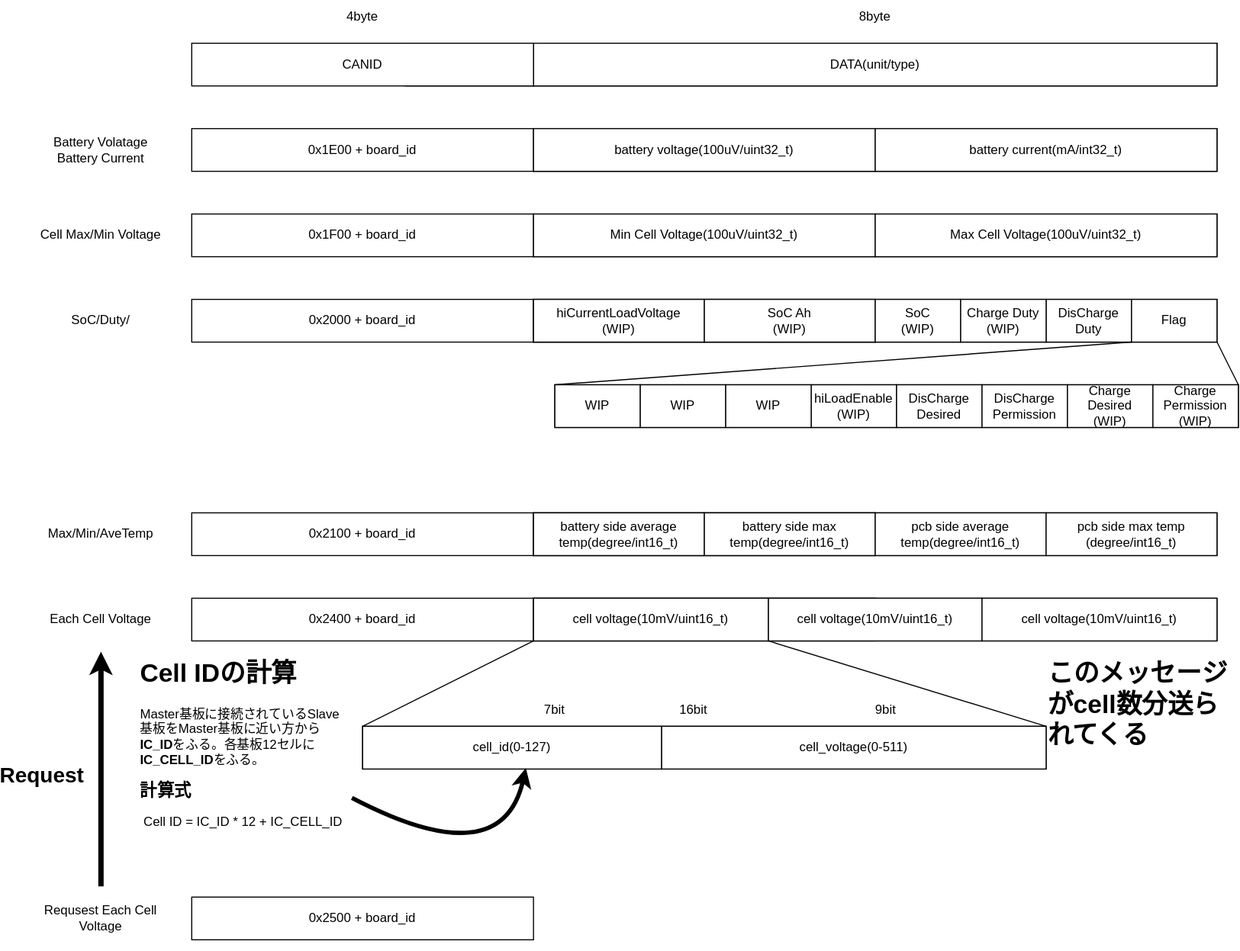
The draw.io diagram canprotocol_preview.svg in tetra-aero/bms_ltc6811_driver, before a commit. Source tidied: cells renumbered, new cells last; positions are measured from the earlier drawing's top-left corner, leaving out a move shared by most shapes. Source of this version:
```xml
<mxGraphModel>
  <root>
    <mxCell id="0" />
    <mxCell id="1" parent="0" />
    <mxCell id="2" value="DATA" style="rounded=0;whiteSpace=wrap;html=1;" parent="1" vertex="1">
      <mxGeometry x="490" y="40" width="640" height="40" as="geometry" />
    </mxCell>
    <mxCell id="3" value="CANID" style="rounded=0;whiteSpace=wrap;html=1;" parent="1" vertex="1">
      <mxGeometry x="370" y="40" width="120" height="40" as="geometry" />
    </mxCell>
    <mxCell id="4" value="DATA(unit/type)" style="rounded=0;whiteSpace=wrap;html=1;" parent="1" vertex="1">
      <mxGeometry x="490" y="40" width="640" height="40" as="geometry" />
    </mxCell>
    <mxCell id="5" value="CANID" style="rounded=0;whiteSpace=wrap;html=1;" parent="1" vertex="1">
      <mxGeometry x="170" y="40" width="320" height="40" as="geometry" />
    </mxCell>
    <mxCell id="6" style="rounded=0;whiteSpace=wrap;html=1;" parent="1" vertex="1">
      <mxGeometry x="490" y="120" width="640" height="40" as="geometry" />
    </mxCell>
    <mxCell id="7" value="0x1E00 + board_id" style="rounded=0;whiteSpace=wrap;html=1;" parent="1" vertex="1">
      <mxGeometry x="170" y="120" width="320" height="40" as="geometry" />
    </mxCell>
    <mxCell id="8" value="8&lt;span style=&quot;background-color: initial;&quot;&gt;byte&lt;/span&gt;" style="text;html=1;align=center;verticalAlign=middle;whiteSpace=wrap;rounded=0;" parent="1" vertex="1">
      <mxGeometry x="780" width="60" height="30" as="geometry" />
    </mxCell>
    <mxCell id="9" value="&lt;span style=&quot;background-color: initial;&quot;&gt;4byte&lt;/span&gt;" style="text;html=1;align=center;verticalAlign=middle;whiteSpace=wrap;rounded=0;" parent="1" vertex="1">
      <mxGeometry x="300" width="60" height="30" as="geometry" />
    </mxCell>
    <mxCell id="10" value="Battery Volatage&lt;div&gt;Battery Current&lt;/div&gt;" style="text;html=1;align=center;verticalAlign=middle;whiteSpace=wrap;rounded=0;" parent="1" vertex="1">
      <mxGeometry x="20" y="110" width="130" height="60" as="geometry" />
    </mxCell>
    <mxCell id="11" value="battery voltage(100uV/uint32_t)" style="rounded=0;whiteSpace=wrap;html=1;" parent="1" vertex="1">
      <mxGeometry x="490" y="120" width="320" height="40" as="geometry" />
    </mxCell>
    <mxCell id="12" value="battery current(mA/int32_t)" style="rounded=0;whiteSpace=wrap;html=1;" parent="1" vertex="1">
      <mxGeometry x="810" y="120" width="320" height="40" as="geometry" />
    </mxCell>
    <mxCell id="13" style="rounded=0;whiteSpace=wrap;html=1;" parent="1" vertex="1">
      <mxGeometry x="490" y="200" width="640" height="40" as="geometry" />
    </mxCell>
    <mxCell id="14" value="0x1F00 + board_id" style="rounded=0;whiteSpace=wrap;html=1;" parent="1" vertex="1">
      <mxGeometry x="170" y="200" width="320" height="40" as="geometry" />
    </mxCell>
    <mxCell id="15" value="Cell Max/Min Voltage" style="text;html=1;align=center;verticalAlign=middle;whiteSpace=wrap;rounded=0;" parent="1" vertex="1">
      <mxGeometry x="20" y="190" width="130" height="60" as="geometry" />
    </mxCell>
    <mxCell id="16" value="Min Cell Voltage(100uV/uint32_t)" style="rounded=0;whiteSpace=wrap;html=1;" parent="1" vertex="1">
      <mxGeometry x="490" y="200" width="320" height="40" as="geometry" />
    </mxCell>
    <mxCell id="17" value="Max Cell Voltage(100uV/uint32_t)" style="rounded=0;whiteSpace=wrap;html=1;" parent="1" vertex="1">
      <mxGeometry x="810" y="200" width="320" height="40" as="geometry" />
    </mxCell>
    <mxCell id="18" style="rounded=0;whiteSpace=wrap;html=1;" parent="1" vertex="1">
      <mxGeometry x="490" y="480" width="640" height="40" as="geometry" />
    </mxCell>
    <mxCell id="19" value="0x2100 + board_id" style="rounded=0;whiteSpace=wrap;html=1;" parent="1" vertex="1">
      <mxGeometry x="170" y="480" width="320" height="40" as="geometry" />
    </mxCell>
    <mxCell id="20" value="Max/Min/AveTemp" style="text;html=1;align=center;verticalAlign=middle;whiteSpace=wrap;rounded=0;" parent="1" vertex="1">
      <mxGeometry x="20" y="470" width="130" height="60" as="geometry" />
    </mxCell>
    <mxCell id="21" style="rounded=0;whiteSpace=wrap;html=1;" parent="1" vertex="1">
      <mxGeometry x="490" y="480" width="320" height="40" as="geometry" />
    </mxCell>
    <mxCell id="22" value="battery side average temp(degree/int16_t)" style="rounded=0;whiteSpace=wrap;html=1;" parent="1" vertex="1">
      <mxGeometry x="490" y="480" width="160" height="40" as="geometry" />
    </mxCell>
    <mxCell id="23" value="battery side max temp(degree/int16_t)" style="rounded=0;whiteSpace=wrap;html=1;" parent="1" vertex="1">
      <mxGeometry x="650" y="480" width="160" height="40" as="geometry" />
    </mxCell>
    <mxCell id="24" value="pcb side average temp(degree/int16_t)" style="rounded=0;whiteSpace=wrap;html=1;" parent="1" vertex="1">
      <mxGeometry x="810" y="480" width="160" height="40" as="geometry" />
    </mxCell>
    <mxCell id="25" value="pcb side max temp&lt;br&gt;(degree/int16_t)" style="rounded=0;whiteSpace=wrap;html=1;" parent="1" vertex="1">
      <mxGeometry x="970" y="480" width="160" height="40" as="geometry" />
    </mxCell>
    <mxCell id="26" style="rounded=0;whiteSpace=wrap;html=1;" parent="1" vertex="1">
      <mxGeometry x="490" y="280" width="640" height="40" as="geometry" />
    </mxCell>
    <mxCell id="27" value="0x2000 + board_id" style="rounded=0;whiteSpace=wrap;html=1;" parent="1" vertex="1">
      <mxGeometry x="170" y="280" width="320" height="40" as="geometry" />
    </mxCell>
    <mxCell id="28" value="SoC/Duty/" style="text;html=1;align=center;verticalAlign=middle;whiteSpace=wrap;rounded=0;" parent="1" vertex="1">
      <mxGeometry x="20" y="270" width="130" height="60" as="geometry" />
    </mxCell>
    <mxCell id="29" style="rounded=0;whiteSpace=wrap;html=1;" parent="1" vertex="1">
      <mxGeometry x="490" y="280" width="320" height="40" as="geometry" />
    </mxCell>
    <mxCell id="30" value="hiCurrentLoadVoltage&lt;div&gt;(WIP)&lt;/div&gt;" style="rounded=0;whiteSpace=wrap;html=1;" parent="1" vertex="1">
      <mxGeometry x="490" y="280" width="160" height="40" as="geometry" />
    </mxCell>
    <mxCell id="31" value="SoC Ah&lt;div&gt;(WIP)&lt;/div&gt;" style="rounded=0;whiteSpace=wrap;html=1;" parent="1" vertex="1">
      <mxGeometry x="650" y="280" width="160" height="40" as="geometry" />
    </mxCell>
    <mxCell id="32" value="SoC&lt;div&gt;(WIP)&lt;/div&gt;" style="rounded=0;whiteSpace=wrap;html=1;" parent="1" vertex="1">
      <mxGeometry x="810" y="280" width="80" height="40" as="geometry" />
    </mxCell>
    <mxCell id="33" value="DisCharge Duty" style="rounded=0;whiteSpace=wrap;html=1;" parent="1" vertex="1">
      <mxGeometry x="970" y="280" width="80" height="40" as="geometry" />
    </mxCell>
    <mxCell id="34" value="Charge Duty&lt;div&gt;(WIP)&lt;/div&gt;" style="rounded=0;whiteSpace=wrap;html=1;" parent="1" vertex="1">
      <mxGeometry x="890" y="280" width="80" height="40" as="geometry" />
    </mxCell>
    <mxCell id="35" value="Flag" style="rounded=0;whiteSpace=wrap;html=1;" parent="1" vertex="1">
      <mxGeometry x="1050" y="280" width="80" height="40" as="geometry" />
    </mxCell>
    <mxCell id="36" style="endArrow=none;html=1;rounded=0;entryX=1;entryY=1;entryDx=0;entryDy=0;exitX=0;exitY=0;exitDx=0;exitDy=0;" parent="1" edge="1" source="38" target="33">
      <mxGeometry relative="1" as="geometry" />
    </mxCell>
    <mxCell id="37" style="endArrow=none;html=1;rounded=0;entryX=1;entryY=1;entryDx=0;entryDy=0;exitX=1;exitY=0;exitDx=0;exitDy=0;" parent="1" edge="1" source="38" target="35">
      <mxGeometry relative="1" as="geometry" />
    </mxCell>
    <mxCell id="38" style="rounded=0;whiteSpace=wrap;html=1;" parent="1" vertex="1">
      <mxGeometry x="510" y="360" width="640" height="40" as="geometry" />
    </mxCell>
    <mxCell id="39" value="WIP" style="rounded=0;whiteSpace=wrap;html=1;" parent="1" vertex="1">
      <mxGeometry x="510" y="360" width="80" height="40" as="geometry" />
    </mxCell>
    <mxCell id="40" value="hiLoadEnable&lt;div&gt;(WIP)&lt;/div&gt;" style="rounded=0;whiteSpace=wrap;html=1;" parent="1" vertex="1">
      <mxGeometry x="750" y="360" width="80" height="40" as="geometry" />
    </mxCell>
    <mxCell id="41" value="WIP" style="rounded=0;whiteSpace=wrap;html=1;" parent="1" vertex="1">
      <mxGeometry x="590" y="360" width="80" height="40" as="geometry" />
    </mxCell>
    <mxCell id="42" value="WIP" style="rounded=0;whiteSpace=wrap;html=1;" parent="1" vertex="1">
      <mxGeometry x="670" y="360" width="80" height="40" as="geometry" />
    </mxCell>
    <mxCell id="43" value="DisCharge&lt;div&gt;Desired&lt;/div&gt;" style="rounded=0;whiteSpace=wrap;html=1;" parent="1" vertex="1">
      <mxGeometry x="830" y="360" width="80" height="40" as="geometry" />
    </mxCell>
    <mxCell id="44" value="DisCharge&lt;div&gt;Permission&lt;/div&gt;" style="rounded=0;whiteSpace=wrap;html=1;" parent="1" vertex="1">
      <mxGeometry x="910" y="360" width="80" height="40" as="geometry" />
    </mxCell>
    <mxCell id="45" value="Charge&lt;div&gt;Desired&lt;/div&gt;&lt;div&gt;(WIP)&lt;/div&gt;" style="rounded=0;whiteSpace=wrap;html=1;" parent="1" vertex="1">
      <mxGeometry x="990" y="360" width="80" height="40" as="geometry" />
    </mxCell>
    <mxCell id="46" value="Charge Permission&lt;div&gt;(WIP)&lt;/div&gt;" style="rounded=0;whiteSpace=wrap;html=1;" parent="1" vertex="1">
      <mxGeometry x="1070" y="360" width="80" height="40" as="geometry" />
    </mxCell>
    <mxCell id="47" style="rounded=0;whiteSpace=wrap;html=1;" parent="1" vertex="1">
      <mxGeometry x="490" y="560" width="640" height="40" as="geometry" />
    </mxCell>
    <mxCell id="48" value="0x2400 + board_id" style="rounded=0;whiteSpace=wrap;html=1;" parent="1" vertex="1">
      <mxGeometry x="170" y="560" width="320" height="40" as="geometry" />
    </mxCell>
    <mxCell id="49" value="Each Cell Voltage" style="text;html=1;align=center;verticalAlign=middle;whiteSpace=wrap;rounded=0;" parent="1" vertex="1">
      <mxGeometry x="20" y="550" width="130" height="60" as="geometry" />
    </mxCell>
    <mxCell id="50" style="rounded=0;whiteSpace=wrap;html=1;" parent="1" vertex="1">
      <mxGeometry x="490" y="560" width="320" height="40" as="geometry" />
    </mxCell>
    <mxCell id="51" value="cell voltage(10mV/uint16_t)" style="rounded=0;whiteSpace=wrap;html=1;" parent="1" vertex="1">
      <mxGeometry x="490" y="560" width="220" height="40" as="geometry" />
    </mxCell>
    <mxCell id="52" value="cell voltage(10mV/uint16_t)" style="rounded=0;whiteSpace=wrap;html=1;" parent="1" vertex="1">
      <mxGeometry x="710" y="560" width="200" height="40" as="geometry" />
    </mxCell>
    <mxCell id="53" value="cell voltage(10mV/uint16_t)" style="rounded=0;whiteSpace=wrap;html=1;" parent="1" vertex="1">
      <mxGeometry x="910" y="560" width="220" height="40" as="geometry" />
    </mxCell>
    <mxCell id="54" style="endArrow=none;html=1;rounded=0;entryX=0;entryY=1;entryDx=0;entryDy=0;" parent="1" edge="1" target="52">
      <mxGeometry relative="1" as="geometry">
        <mxPoint x="970" y="680" as="sourcePoint" />
      </mxGeometry>
    </mxCell>
    <mxCell id="55" style="endArrow=none;html=1;rounded=0;entryX=0;entryY=1;entryDx=0;entryDy=0;" parent="1" edge="1" target="51">
      <mxGeometry relative="1" as="geometry">
        <mxPoint x="330" y="680" as="sourcePoint" />
      </mxGeometry>
    </mxCell>
    <mxCell id="56" style="rounded=0;whiteSpace=wrap;html=1;" parent="1" vertex="1">
      <mxGeometry x="330" y="680" width="640" height="40" as="geometry" />
    </mxCell>
    <mxCell id="57" value="16bit" style="text;html=1;align=center;verticalAlign=middle;whiteSpace=wrap;rounded=0;" parent="1" vertex="1">
      <mxGeometry x="610" y="650" width="60" height="30" as="geometry" />
    </mxCell>
    <mxCell id="58" value="cell_id(0-127)" style="rounded=0;whiteSpace=wrap;html=1;" parent="1" vertex="1">
      <mxGeometry x="330" y="680" width="280" height="40" as="geometry" />
    </mxCell>
    <mxCell id="59" value="7bit" style="text;html=1;align=center;verticalAlign=middle;whiteSpace=wrap;rounded=0;" parent="1" vertex="1">
      <mxGeometry x="480" y="650" width="60" height="30" as="geometry" />
    </mxCell>
    <mxCell id="60" value="9bit" style="text;html=1;align=center;verticalAlign=middle;whiteSpace=wrap;rounded=0;" parent="1" vertex="1">
      <mxGeometry x="790" y="650" width="60" height="30" as="geometry" />
    </mxCell>
    <mxCell id="61" value="cell_voltage(0-511)" style="rounded=0;whiteSpace=wrap;html=1;" parent="1" vertex="1">
      <mxGeometry x="610" y="680" width="360" height="40" as="geometry" />
    </mxCell>
    <mxCell id="62" value="&lt;h1 style=&quot;margin-top: 0px;&quot;&gt;Cell IDの計算&lt;/h1&gt;&lt;p&gt;Master基板に接続されているSlave基板をMaster基板に近い方から&lt;b&gt;IC_ID&lt;/b&gt;をふる。各基板12セルに&lt;b&gt;IC_CELL_ID&lt;/b&gt;をふる。&lt;/p&gt;&lt;p&gt;&lt;b&gt;&lt;font style=&quot;font-size: 16px;&quot;&gt;計算式&lt;/font&gt;&lt;/b&gt;&lt;/p&gt;&lt;p&gt;&amp;nbsp;Cell ID = IC_ID * 12 + IC_CELL_ID&lt;/p&gt;" style="text;html=1;whiteSpace=wrap;overflow=hidden;rounded=0;" parent="1" vertex="1">
      <mxGeometry x="120" y="610" width="200" height="170" as="geometry" />
    </mxCell>
    <mxCell id="63" style="curved=1;endArrow=classic;html=1;rounded=0;entryX=0.546;entryY=0.975;entryDx=0;entryDy=0;entryPerimeter=0;strokeWidth=4;" parent="1" edge="1" source="62" target="58">
      <mxGeometry relative="1" as="geometry">
        <Array as="points">
          <mxPoint x="460" y="820" />
        </Array>
      </mxGeometry>
    </mxCell>
    <mxCell id="64" value="Requsest Each Cell Voltage" style="text;html=1;align=center;verticalAlign=middle;whiteSpace=wrap;rounded=0;" parent="1" vertex="1">
      <mxGeometry x="20" y="830" width="130" height="60" as="geometry" />
    </mxCell>
    <mxCell id="65" value="0x2500 + board_id" style="rounded=0;whiteSpace=wrap;html=1;" parent="1" vertex="1">
      <mxGeometry x="170" y="840" width="320" height="40" as="geometry" />
    </mxCell>
    <mxCell id="66" value="&lt;h1 style=&quot;margin-top: 0px;&quot;&gt;このメッセージがcell数分送られてくる&lt;/h1&gt;" style="text;html=1;whiteSpace=wrap;overflow=hidden;rounded=0;" parent="1" vertex="1">
      <mxGeometry x="970" y="610" width="170" height="190" as="geometry" />
    </mxCell>
    <mxCell id="67" style="endArrow=classic;html=1;rounded=0;exitX=0.5;exitY=0;exitDx=0;exitDy=0;entryX=0.5;entryY=1;entryDx=0;entryDy=0;strokeWidth=5;" parent="1" edge="1" source="64" target="49">
      <mxGeometry relative="1" as="geometry" />
    </mxCell>
    <mxCell id="68" value="&lt;font style=&quot;font-size: 20px;&quot;&gt;&lt;b&gt;Request&lt;/b&gt;&lt;/font&gt;" style="text;html=1;align=center;verticalAlign=middle;whiteSpace=wrap;rounded=0;" parent="1" vertex="1">
      <mxGeometry y="710" width="60" height="30" as="geometry" />
    </mxCell>
  </root>
</mxGraphModel>
```
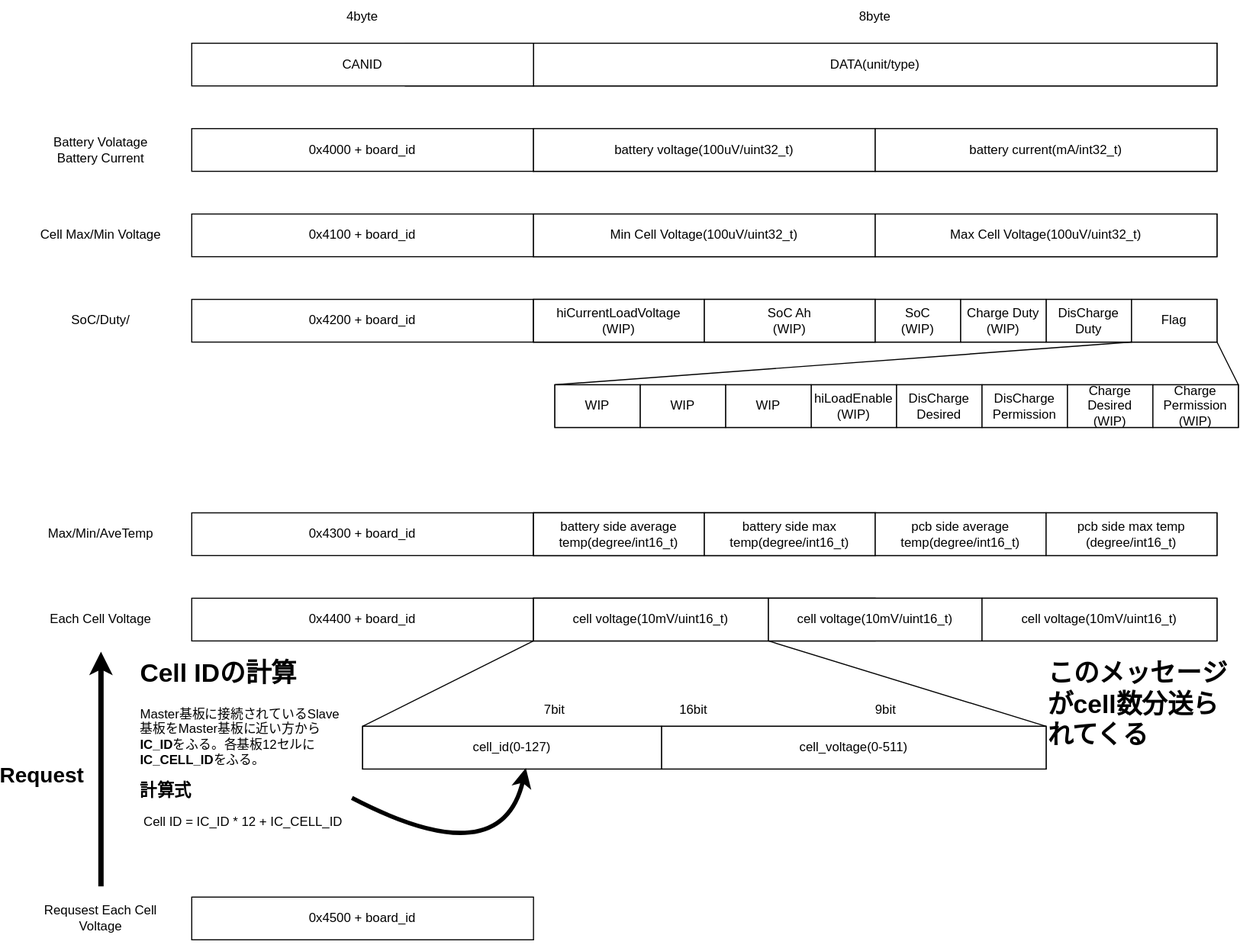
After the commit.

Change to the diagram source:
```diff
@@ -17,7 +17,7 @@
     <mxCell id="6" style="rounded=0;whiteSpace=wrap;html=1;" parent="1" vertex="1">
       <mxGeometry x="490" y="120" width="640" height="40" as="geometry" />
     </mxCell>
-    <mxCell id="7" value="0x1E00 + board_id" style="rounded=0;whiteSpace=wrap;html=1;" parent="1" vertex="1">
+    <mxCell id="7" value="0x4000 + board_id" style="rounded=0;whiteSpace=wrap;html=1;" parent="1" vertex="1">
       <mxGeometry x="170" y="120" width="320" height="40" as="geometry" />
     </mxCell>
     <mxCell id="8" value="8&lt;span style=&quot;background-color: initial;&quot;&gt;byte&lt;/span&gt;" style="text;html=1;align=center;verticalAlign=middle;whiteSpace=wrap;rounded=0;" parent="1" vertex="1">
@@ -38,7 +38,7 @@
     <mxCell id="13" style="rounded=0;whiteSpace=wrap;html=1;" parent="1" vertex="1">
       <mxGeometry x="490" y="200" width="640" height="40" as="geometry" />
     </mxCell>
-    <mxCell id="14" value="0x1F00 + board_id" style="rounded=0;whiteSpace=wrap;html=1;" parent="1" vertex="1">
+    <mxCell id="14" value="0x4100 + board_id" style="rounded=0;whiteSpace=wrap;html=1;" parent="1" vertex="1">
       <mxGeometry x="170" y="200" width="320" height="40" as="geometry" />
     </mxCell>
     <mxCell id="15" value="Cell Max/Min Voltage" style="text;html=1;align=center;verticalAlign=middle;whiteSpace=wrap;rounded=0;" parent="1" vertex="1">
@@ -53,7 +53,7 @@
     <mxCell id="18" style="rounded=0;whiteSpace=wrap;html=1;" parent="1" vertex="1">
       <mxGeometry x="490" y="480" width="640" height="40" as="geometry" />
     </mxCell>
-    <mxCell id="19" value="0x2100 + board_id" style="rounded=0;whiteSpace=wrap;html=1;" parent="1" vertex="1">
+    <mxCell id="19" value="0x4300 + board_id" style="rounded=0;whiteSpace=wrap;html=1;" parent="1" vertex="1">
       <mxGeometry x="170" y="480" width="320" height="40" as="geometry" />
     </mxCell>
     <mxCell id="20" value="Max/Min/AveTemp" style="text;html=1;align=center;verticalAlign=middle;whiteSpace=wrap;rounded=0;" parent="1" vertex="1">
@@ -77,7 +77,7 @@
     <mxCell id="26" style="rounded=0;whiteSpace=wrap;html=1;" parent="1" vertex="1">
       <mxGeometry x="490" y="280" width="640" height="40" as="geometry" />
     </mxCell>
-    <mxCell id="27" value="0x2000 + board_id" style="rounded=0;whiteSpace=wrap;html=1;" parent="1" vertex="1">
+    <mxCell id="27" value="0x4200 + board_id" style="rounded=0;whiteSpace=wrap;html=1;" parent="1" vertex="1">
       <mxGeometry x="170" y="280" width="320" height="40" as="geometry" />
     </mxCell>
     <mxCell id="28" value="SoC/Duty/" style="text;html=1;align=center;verticalAlign=middle;whiteSpace=wrap;rounded=0;" parent="1" vertex="1">
@@ -140,7 +140,7 @@
     <mxCell id="47" style="rounded=0;whiteSpace=wrap;html=1;" parent="1" vertex="1">
       <mxGeometry x="490" y="560" width="640" height="40" as="geometry" />
     </mxCell>
-    <mxCell id="48" value="0x2400 + board_id" style="rounded=0;whiteSpace=wrap;html=1;" parent="1" vertex="1">
+    <mxCell id="48" value="0x4400 + board_id" style="rounded=0;whiteSpace=wrap;html=1;" parent="1" vertex="1">
       <mxGeometry x="170" y="560" width="320" height="40" as="geometry" />
     </mxCell>
     <mxCell id="49" value="Each Cell Voltage" style="text;html=1;align=center;verticalAlign=middle;whiteSpace=wrap;rounded=0;" parent="1" vertex="1">
@@ -199,7 +199,7 @@
     <mxCell id="64" value="Requsest Each Cell Voltage" style="text;html=1;align=center;verticalAlign=middle;whiteSpace=wrap;rounded=0;" parent="1" vertex="1">
       <mxGeometry x="20" y="830" width="130" height="60" as="geometry" />
     </mxCell>
-    <mxCell id="65" value="0x2500 + board_id" style="rounded=0;whiteSpace=wrap;html=1;" parent="1" vertex="1">
+    <mxCell id="65" value="0x4500 + board_id" style="rounded=0;whiteSpace=wrap;html=1;" parent="1" vertex="1">
       <mxGeometry x="170" y="840" width="320" height="40" as="geometry" />
     </mxCell>
     <mxCell id="66" value="&lt;h1 style=&quot;margin-top: 0px;&quot;&gt;このメッセージがcell数分送られてくる&lt;/h1&gt;" style="text;html=1;whiteSpace=wrap;overflow=hidden;rounded=0;" parent="1" vertex="1">
```
